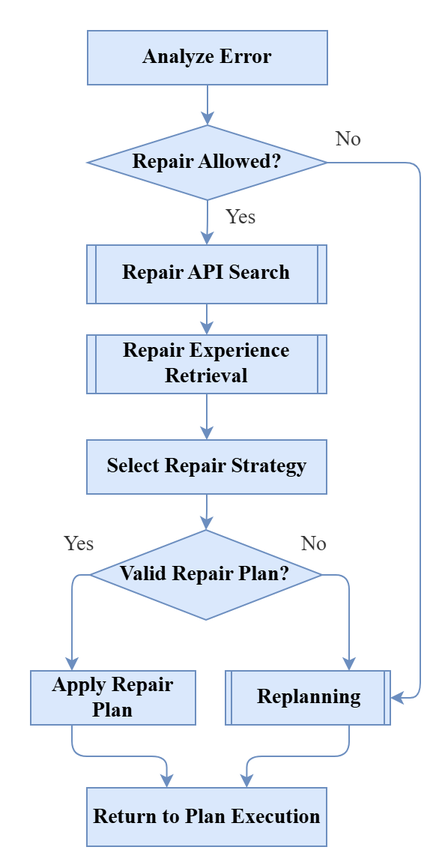
This is figures/chapter4/chapter4_local_repair_flow.png from chenannchi/NTUT-Thesis, a draw.io export, as it was before one commit. Source tidied: cells renumbered, new cells last; positions are measured from the earlier drawing's top-left corner, leaving out a move shared by most shapes.
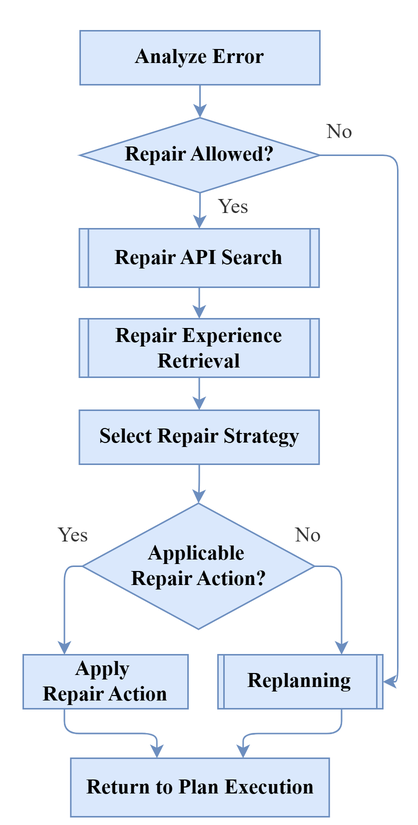
The same diagram one commit later.

Commit message:
Refactor and enhance documentation in chapters 2, 4, 5, and 6; update figures and references for clarity and accuracy

Diff of the diagram source:
```diff
@@ -6,7 +6,7 @@
       <mxGeometry width="333" height="671" as="geometry" />
     </mxCell>
     <mxCell id="3" value="Analyze Error" style="html=1;whiteSpace=wrap;strokeWidth=1;fillColor=#dae8fc;strokeColor=#6c8ebf;fontFamily=Times New Roman;fontSize=14;align=center;verticalAlign=middle;fontStyle=1;" parent="1" vertex="1">
-      <mxGeometry x="48" y="10" width="160" height="36" as="geometry" />
+      <mxGeometry x="48" y="15" width="160" height="36" as="geometry" />
     </mxCell>
     <mxCell id="4" style="strokeColor=#6c8ebf;strokeWidth=1;align=center;verticalAlign=middle;fontFamily=Times New Roman;fontSize=14;fontColor=light-dark(#333333,#cccccc);fillColor=#dae8fc;rounded=1;exitX=0.5;exitY=1;entryX=0.5;entryY=0;edgeStyle=orthogonalEdgeStyle;fontStyle=1;exitDx=0;exitDy=0;" parent="1" edge="1" source="3" target="5">
       <mxGeometry relative="1" as="geometry" />
@@ -15,22 +15,22 @@
       <mxGeometry x="48" y="73" width="160" height="50" as="geometry" />
     </mxCell>
     <mxCell id="6" value="Repair API Search" style="html=1;strokeWidth=1;shape=process;whiteSpace=wrap;size=0.04;fillColor=#dae8fc;strokeColor=#6c8ebf;fontFamily=Times New Roman;fontSize=14;align=center;verticalAlign=middle;fontStyle=1;" parent="1" vertex="1">
-      <mxGeometry x="47.5" y="153" width="160" height="39" as="geometry" />
+      <mxGeometry x="47.5" y="147" width="160" height="39" as="geometry" />
     </mxCell>
     <mxCell id="7" value="Repair Experience Retrieval" style="html=1;strokeWidth=1;shape=process;whiteSpace=wrap;size=0.04;fillColor=#dae8fc;strokeColor=#6c8ebf;fontFamily=Times New Roman;fontSize=14;align=center;verticalAlign=middle;fontStyle=1;" parent="1" vertex="1">
-      <mxGeometry x="47.5" y="213" width="160" height="39" as="geometry" />
+      <mxGeometry x="47.5" y="207" width="160" height="39" as="geometry" />
     </mxCell>
-    <mxCell id="8" value="Valid Repair Plan?" style="rhombus;html=1;strokeWidth=1;whiteSpace=wrap;fillColor=#dae8fc;strokeColor=#6c8ebf;fontFamily=Times New Roman;fontSize=14;align=center;verticalAlign=middle;fontStyle=1;" parent="1" vertex="1">
-      <mxGeometry x="49.5" y="343" width="155" height="60" as="geometry" />
+    <mxCell id="8" value="Applicable&amp;nbsp;&lt;div&gt;Repair Action?&lt;/div&gt;" style="rhombus;html=1;strokeWidth=1;whiteSpace=wrap;fillColor=#dae8fc;strokeColor=#6c8ebf;fontFamily=Times New Roman;fontSize=14;align=center;verticalAlign=middle;fontStyle=1;" parent="1" vertex="1">
+      <mxGeometry x="49.5" y="330" width="155" height="84" as="geometry" />
     </mxCell>
-    <mxCell id="9" value="Apply Repair Plan" style="html=1;whiteSpace=wrap;strokeWidth=1;fillColor=#dae8fc;strokeColor=#6c8ebf;fontFamily=Times New Roman;fontSize=14;align=center;verticalAlign=middle;fontStyle=1;" parent="1" vertex="1">
-      <mxGeometry x="10" y="437" width="110" height="36" as="geometry" />
+    <mxCell id="9" value="Apply&amp;nbsp;&lt;div&gt;Repair Action&lt;/div&gt;" style="html=1;whiteSpace=wrap;strokeWidth=1;fillColor=#dae8fc;strokeColor=#6c8ebf;fontFamily=Times New Roman;fontSize=14;align=center;verticalAlign=middle;fontStyle=1;" parent="1" vertex="1">
+      <mxGeometry x="10" y="431" width="110" height="36" as="geometry" />
     </mxCell>
     <mxCell id="10" value="Return to Plan Execution" style="html=1;whiteSpace=wrap;strokeWidth=1;fillColor=#dae8fc;strokeColor=#6c8ebf;fontFamily=Times New Roman;fontSize=14;align=center;verticalAlign=middle;fontStyle=1;" parent="1" vertex="1">
-      <mxGeometry x="47.5" y="515" width="160" height="39" as="geometry" />
+      <mxGeometry x="41.8" y="500" width="172.5" height="39" as="geometry" />
     </mxCell>
     <mxCell id="11" value="Replanning" style="html=1;strokeWidth=1;shape=process;whiteSpace=wrap;size=0.04;fillColor=#dae8fc;strokeColor=#6c8ebf;fontFamily=Times New Roman;fontSize=14;align=center;verticalAlign=middle;fontStyle=1;" parent="1" vertex="1">
-      <mxGeometry x="140" y="437" width="110" height="36" as="geometry" />
+      <mxGeometry x="140" y="431" width="110" height="36" as="geometry" />
     </mxCell>
     <mxCell id="12" value="Yes" style="strokeColor=#6c8ebf;html=1;fontSize=14;fontFamily=Times New Roman;fontColor=light-dark(#333333,#cccccc);strokeWidth=1;align=center;verticalAlign=middle;fillColor=#dae8fc;orthogonal=1;rounded=1;exitX=0.5;exitY=1;edgeStyle=orthogonalEdgeStyle;exitDx=0;exitDy=0;entryX=0.5;entryY=0;entryDx=0;entryDy=0;fontStyle=0;" parent="1" edge="1" source="5" target="6">
       <mxGeometry x="-0.21" y="22" relative="1" as="geometry" />
@@ -51,12 +51,7 @@
       <mxGeometry relative="1" as="geometry" />
     </mxCell>
     <mxCell id="18" value="No" style="strokeColor=#6c8ebf;html=1;fontSize=14;fontFamily=Times New Roman;fontColor=light-dark(#333333,#cccccc);strokeWidth=1;align=center;verticalAlign=middle;fillColor=#dae8fc;orthogonal=1;rounded=1;exitX=1;exitY=0.5;entryX=1;entryY=0.5;edgeStyle=orthogonalEdgeStyle;exitDx=0;exitDy=0;entryDx=0;entryDy=0;fontStyle=0;" parent="1" edge="1" source="5" target="11">
-      <mxGeometry x="-0.94" y="15" relative="1" as="geometry">
-        <Array as="points">
-          <mxPoint x="270" y="98" />
-          <mxPoint x="270" y="455" />
-        </Array>
-      </mxGeometry>
+      <mxGeometry x="-0.94" y="15" relative="1" as="geometry" />
     </mxCell>
     <mxCell id="19" value="No" style="strokeColor=#6c8ebf;html=1;fontSize=14;fontFamily=Times New Roman;fontColor=light-dark(#333333,#cccccc);strokeWidth=1;align=center;verticalAlign=middle;fillColor=#dae8fc;orthogonal=1;rounded=1;exitX=1;exitY=0.5;entryX=0.75;entryY=0;edgeStyle=orthogonalEdgeStyle;exitDx=0;exitDy=0;entryDx=0;entryDy=0;fontStyle=0;" parent="1" edge="1" source="8" target="11">
       <mxGeometry x="-1" y="21" relative="1" as="geometry">
@@ -67,7 +62,7 @@
       <mxGeometry relative="1" as="geometry" />
     </mxCell>
     <mxCell id="21" value="Select Repair Strategy" style="html=1;whiteSpace=wrap;strokeWidth=1;fillColor=#dae8fc;strokeColor=#6c8ebf;fontFamily=Times New Roman;fontSize=14;align=center;verticalAlign=middle;fontStyle=1;" parent="1" vertex="1">
-      <mxGeometry x="47.5" y="283" width="160" height="36" as="geometry" />
+      <mxGeometry x="47.5" y="268" width="160" height="36" as="geometry" />
     </mxCell>
   </root>
 </mxGraphModel>
```
